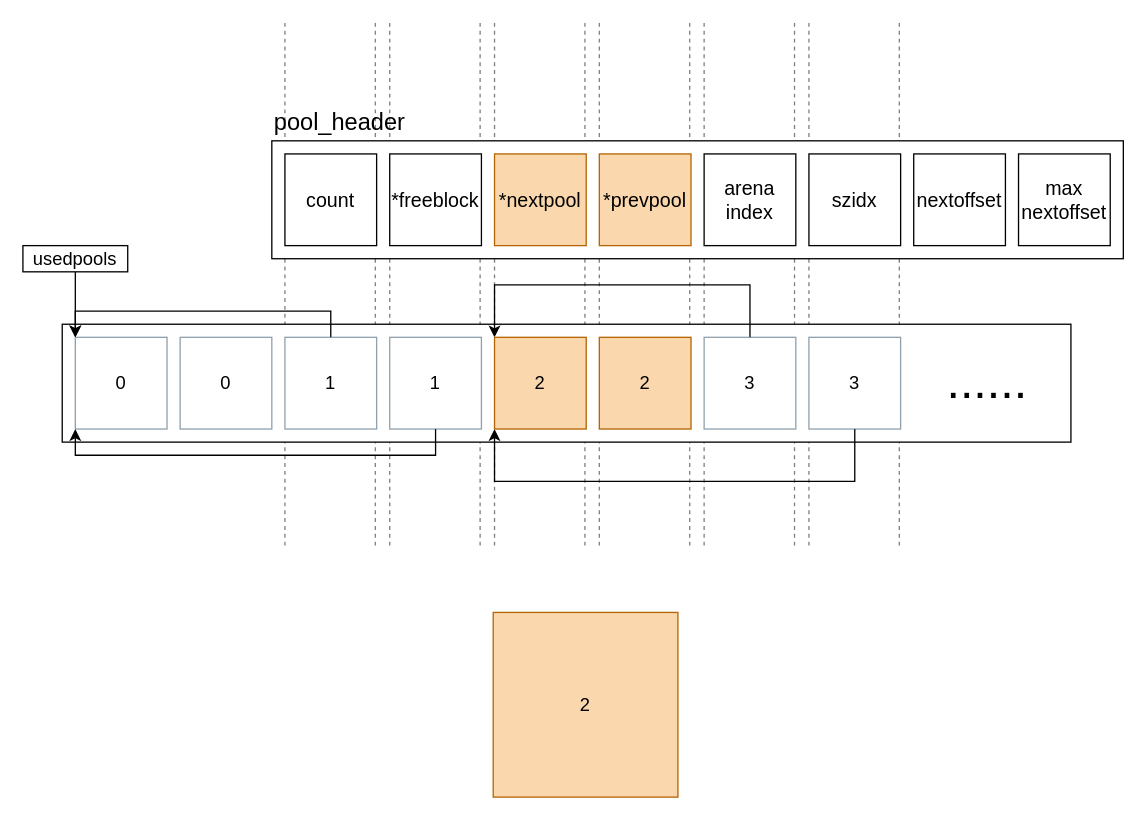
huangsunyang/huangsunyang.github.io keeps this draw.io diagram as page "usedpools-mid-state" (12 of 12) of 2020/04/25/cpython-memory-management/graph.drawio. Above is the earlier version. Source tidied: cells renumbered, new cells numbered last; positions are measured from the earlier drawing's top-left corner, leaving out a move shared by most shapes. Both pictures are drawn from the tidied source at 131%, with x=0, y=0 at pixel (22, 22).
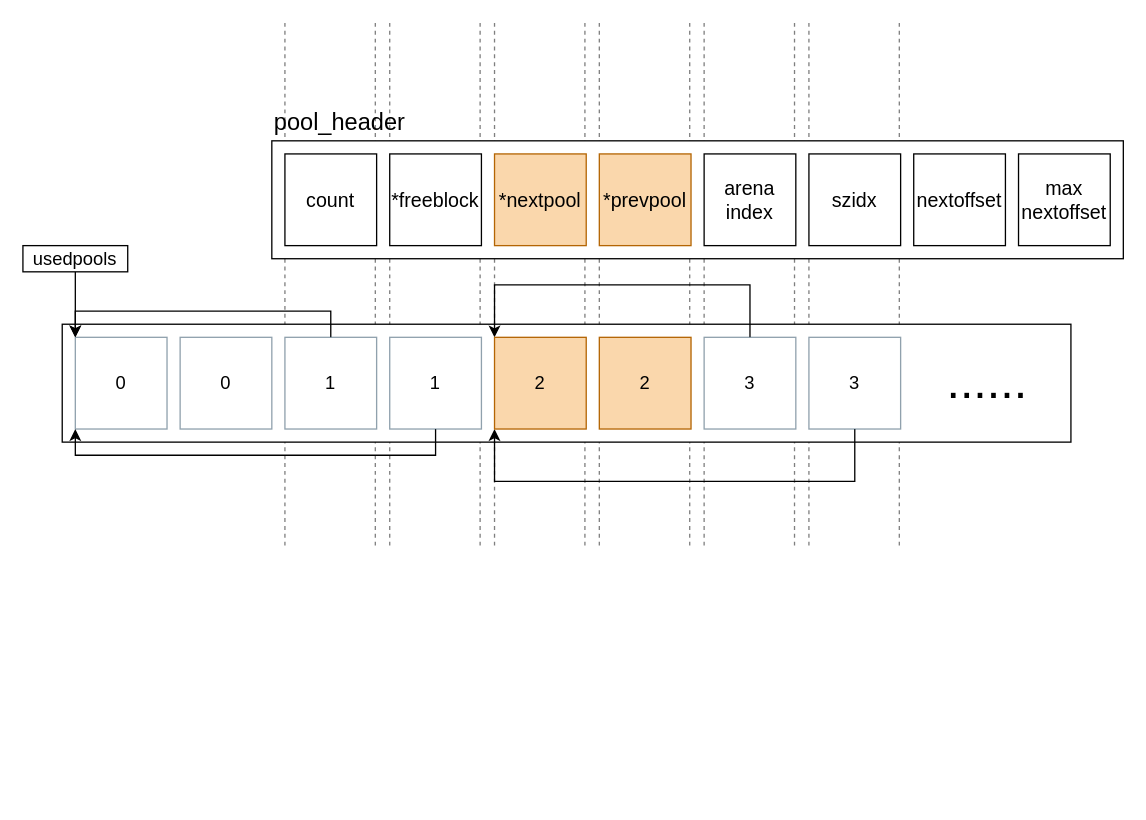
Above is the later version.

Diff of the diagram source:
```diff
@@
-    <mxCell id="38" value="2" style="whiteSpace=wrap;html=1;fontSize=14;fontStyle=0;fillColor=#fad7ac;strokeColor=#b46504;" parent="1" vertex="1">
-      <mxGeometry x="359" y="450" width="141" height="141" as="geometry" />
-    </mxCell>
```
